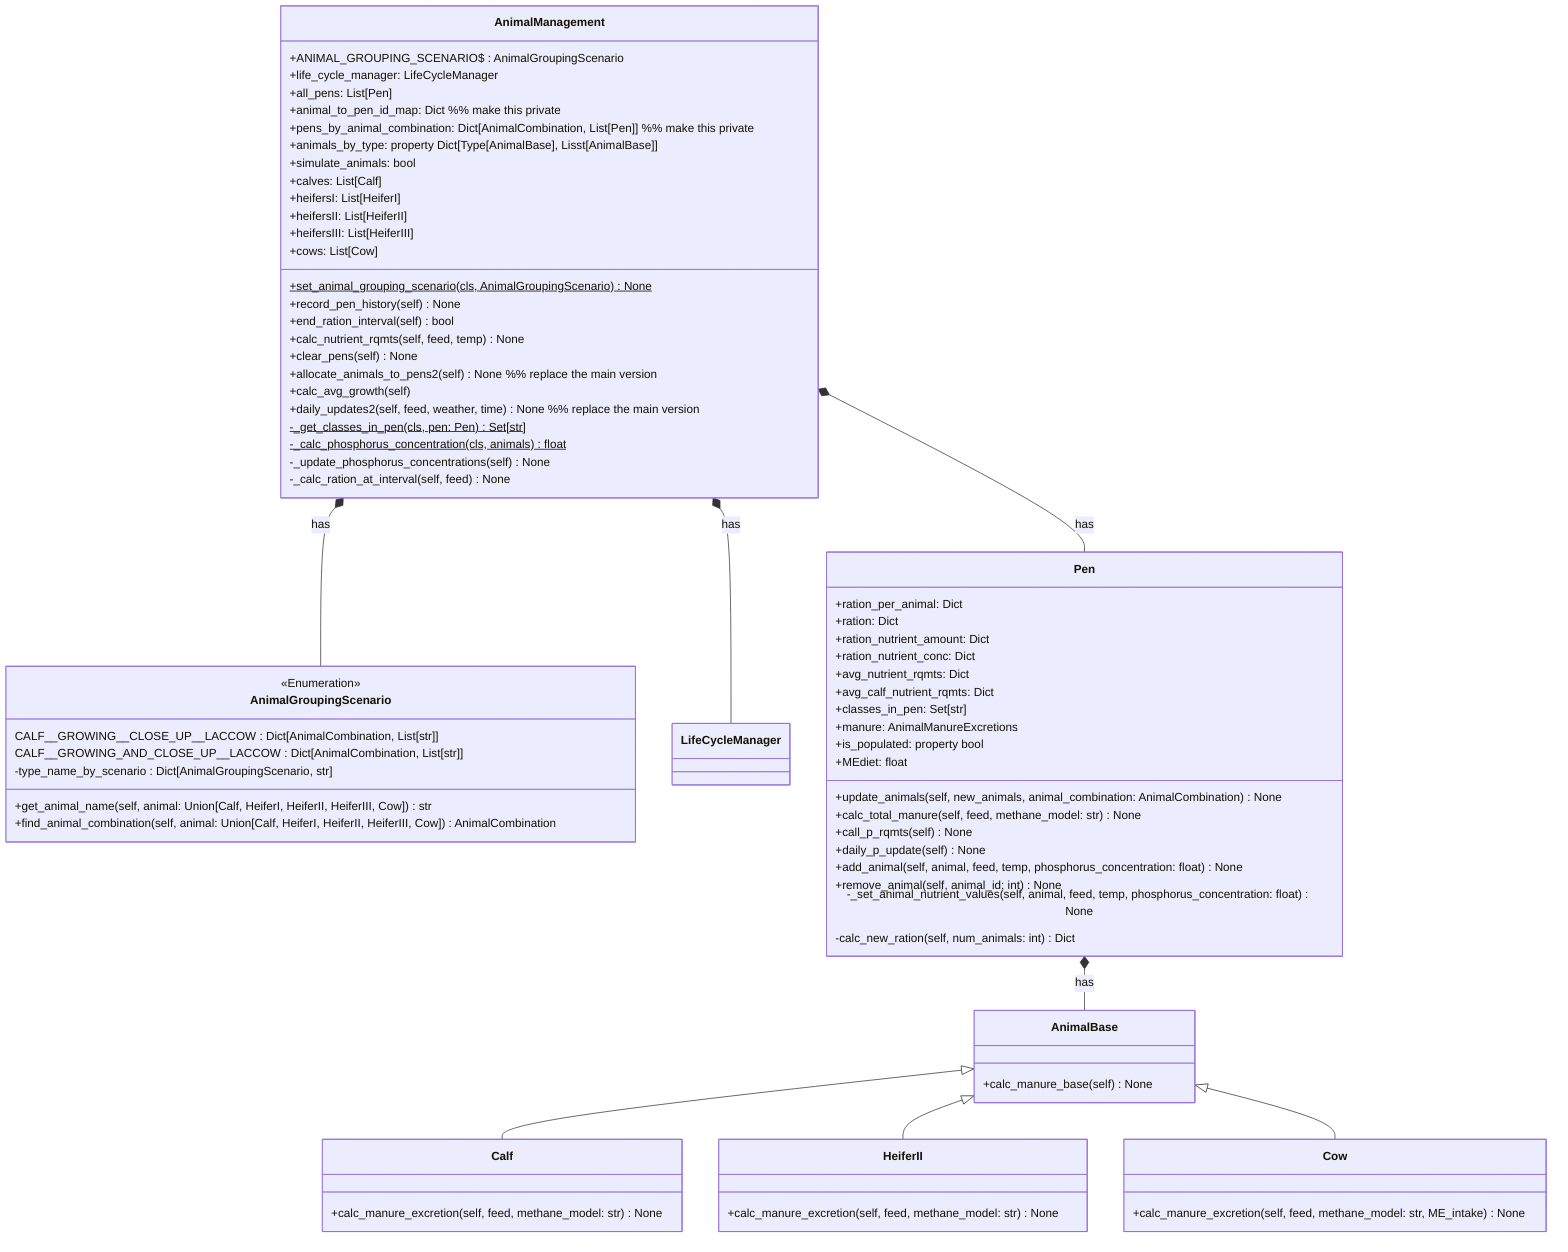
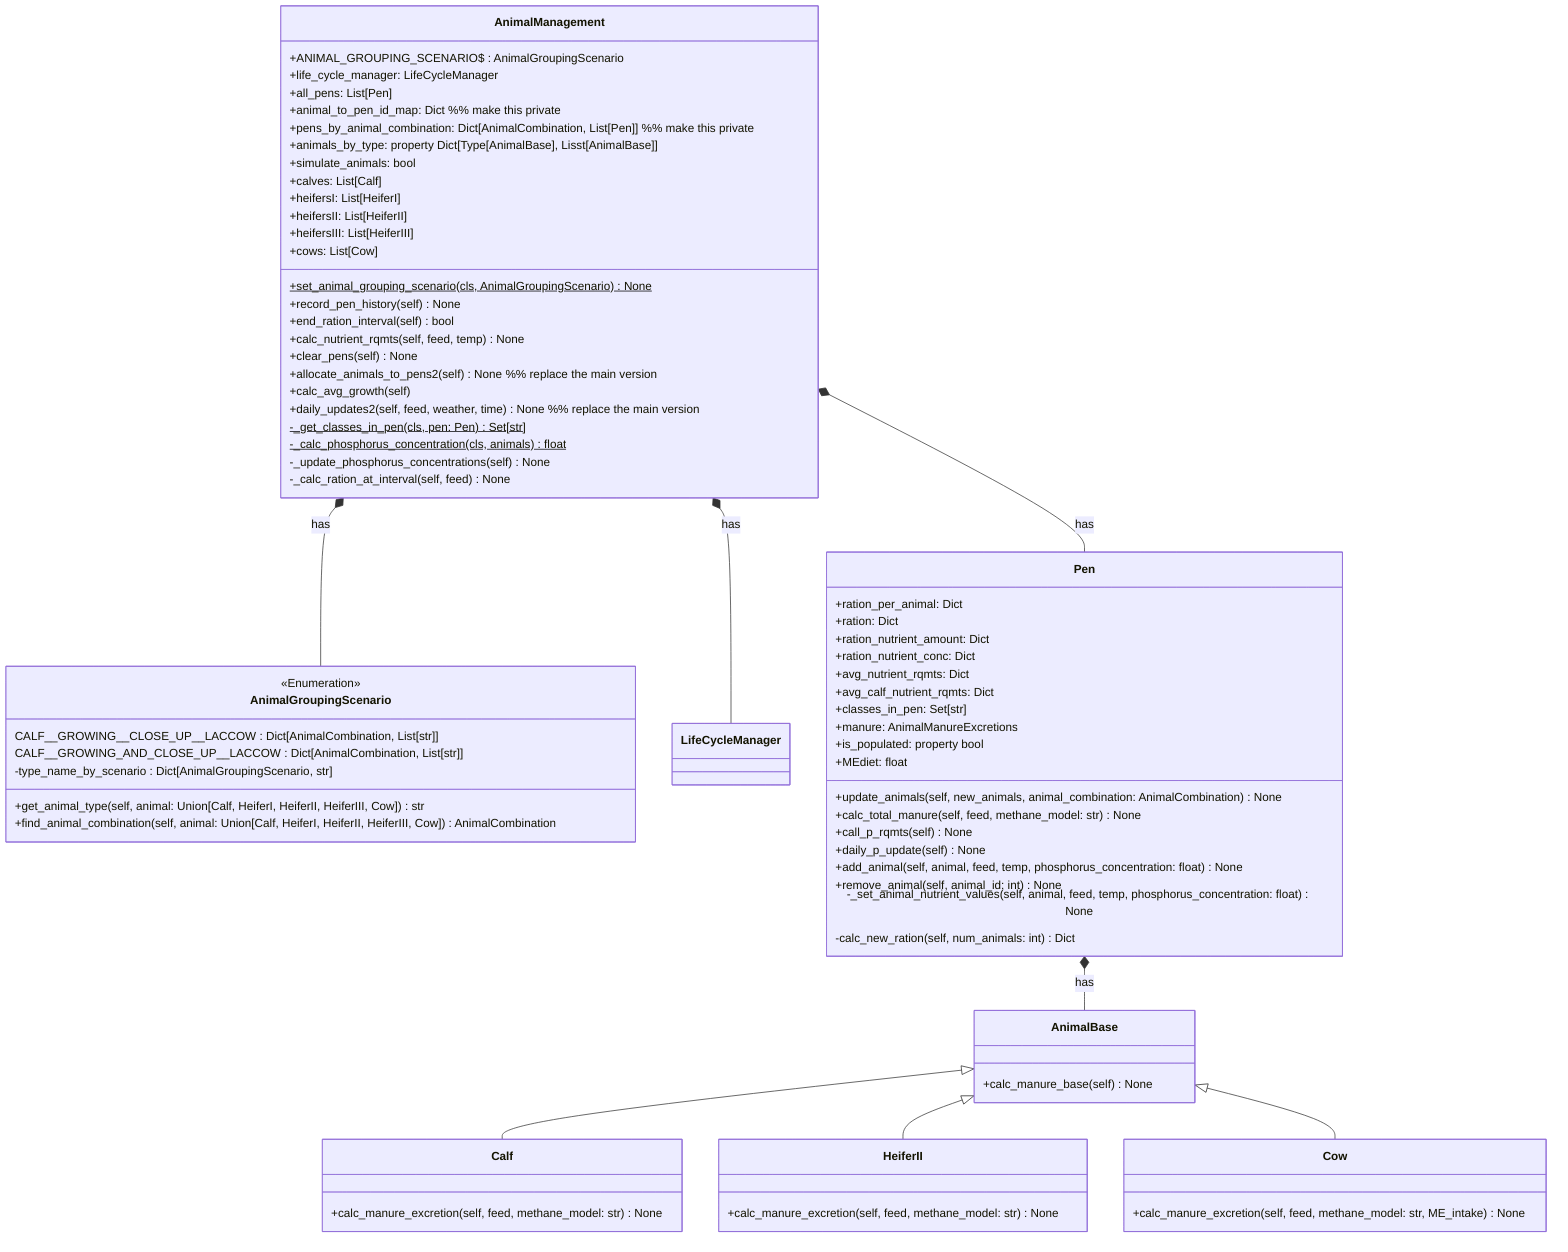
%% Update as we go along
classDiagram
    AnimalManagement *-- AnimalGroupingScenario  : has
    AnimalManagement *-- LifeCycleManager : has
    AnimalManagement *-- Pen : has
    Pen *-- AnimalBase : has
    AnimalBase <|-- Calf
%%    AnimalBase <|-- HeiferI
    AnimalBase <|-- HeiferII
%%    AnimalBase <|-- HeiferIII
    AnimalBase <|-- Cow
    class AnimalGroupingScenario {
        <<Enumeration>>
        CALF__GROWING__CLOSE_UP__LACCOW : Dict[AnimalCombination, List[str]]
        CALF__GROWING_AND_CLOSE_UP__LACCOW : Dict[AnimalCombination, List[str]]
        -type_name_by_scenario : Dict[AnimalGroupingScenario, str]
-         +get_animal_name(self, animal: Union[Calf, HeiferI, HeiferII, HeiferIII, Cow]) str
+         +get_animal_type(self, animal: Union[Calf, HeiferI, HeiferII, HeiferIII, Cow]) str
        +find_animal_combination(self, animal: Union[Calf, HeiferI, HeiferII, HeiferIII, Cow]) AnimalCombination
    }

    class AnimalManagement {
        +ANIMAL_GROUPING_SCENARIO$ : AnimalGroupingScenario
        +life_cycle_manager: LifeCycleManager
        +all_pens: List[Pen]
        +animal_to_pen_id_map: Dict %% make this private
        +pens_by_animal_combination: Dict[AnimalCombination, List[Pen]]  %% make this private
        +animals_by_type: property Dict[Type[AnimalBase], Lisst[AnimalBase]]
        +simulate_animals: bool
        +calves: List[Calf]
        +heifersI: List[HeiferI]
        +heifersII: List[HeiferII]
        +heifersIII: List[HeiferIII]
        +cows: List[Cow]
        +set_animal_grouping_scenario(cls, AnimalGroupingScenario)$ None
        +record_pen_history(self) None
        +end_ration_interval(self) bool
        +calc_nutrient_rqmts(self, feed, temp) None
        +clear_pens(self) None
        +allocate_animals_to_pens2(self) None  %% replace the main version
        +calc_avg_growth(self)
        +daily_updates2(self, feed, weather, time) None  %% replace the main version
        -_get_classes_in_pen(cls, pen: Pen)$ Set[str]
        -_calc_phosphorus_concentration(cls, animals)$ float
        -_update_phosphorus_concentrations(self) None
        -_calc_ration_at_interval(self, feed) None
    }

    class LifeCycleManager {

    }

    class Pen {
        +ration_per_animal: Dict
        +ration: Dict
        +ration_nutrient_amount: Dict
        +ration_nutrient_conc: Dict
        +avg_nutrient_rqmts: Dict
        +avg_calf_nutrient_rqmts: Dict
        +classes_in_pen: Set[str]
        +manure: AnimalManureExcretions
        +is_populated: property bool
        +MEdiet: float
        +update_animals(self, new_animals, animal_combination: AnimalCombination) None
        +calc_total_manure(self, feed, methane_model: str) None
        +call_p_rqmts(self) None
        +daily_p_update(self) None
        +add_animal(self, animal, feed, temp, phosphorus_concentration: float) None
        +remove_animal(self, animal_id: int) None
        -_set_animal_nutrient_values(self, animal, feed, temp, phosphorus_concentration: float) None
        -calc_new_ration(self, num_animals: int) Dict
    }

    class AnimalBase {
        +calc_manure_base(self) None
    }

    class Calf {
        +calc_manure_excretion(self, feed, methane_model: str) None
    }

%%    class HeiferI {
%%        +calc_manure_excretion(self, feed, methane_model: str) None
%%    }

    class HeiferII {
        +calc_manure_excretion(self, feed, methane_model: str) None
    }

%%    class HeiferIII {
%%        +calc_manure_excretion(self, feed, methane_model: str) None
%%    }

    class Cow {
        +calc_manure_excretion(self, feed, methane_model: str, ME_intake) None
    }